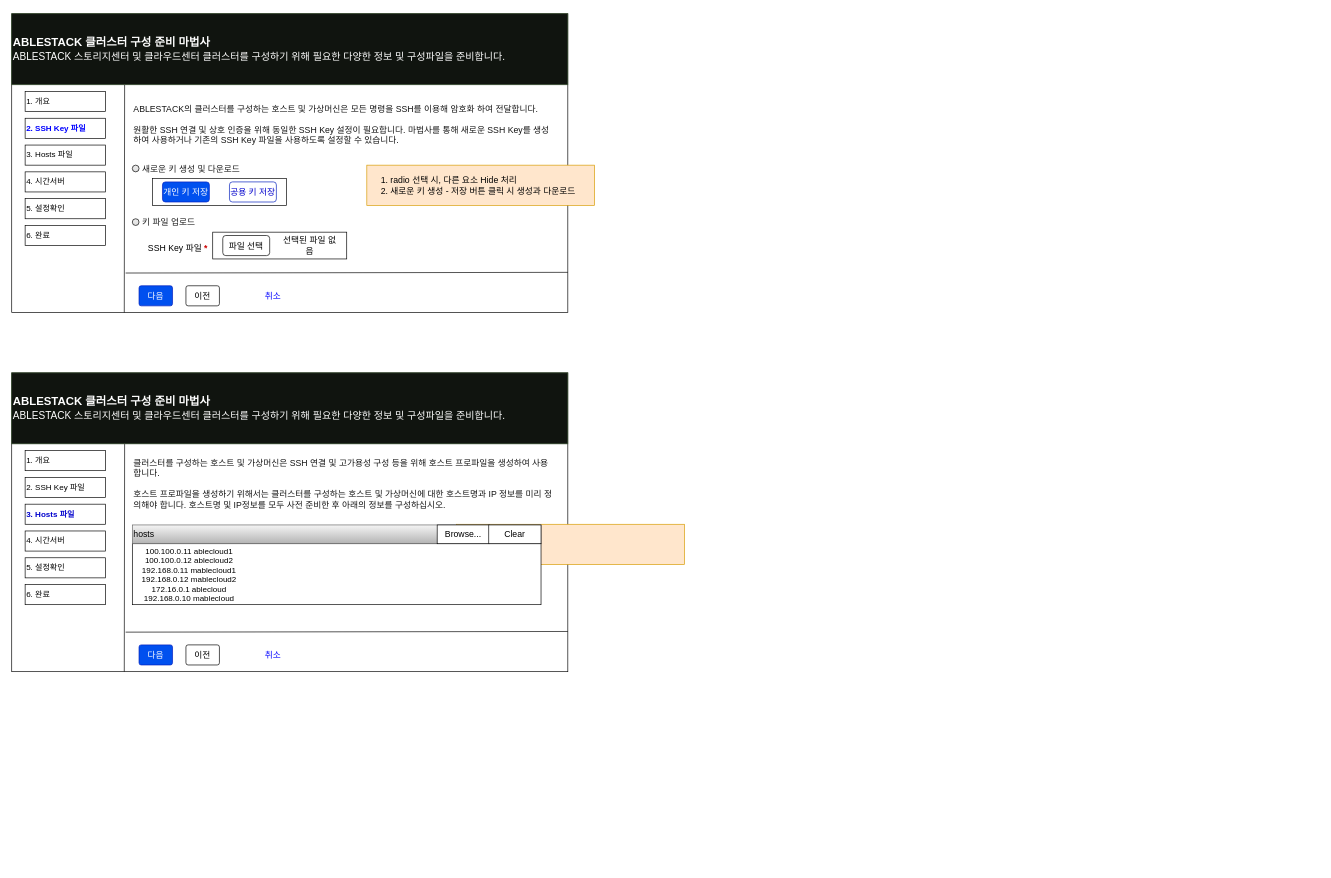
stardom3645/wiki keeps this draw.io diagram as development-cockpit-hw.drawio. Above is the earlier version. Source tidied: cells renumbered, new cells numbered last; positions are measured from the earlier drawing's top-left corner, leaving out a move shared by most shapes. Both pictures are drawn from the tidied source at 67%, with x=0, y=0 at pixel (11, 13).
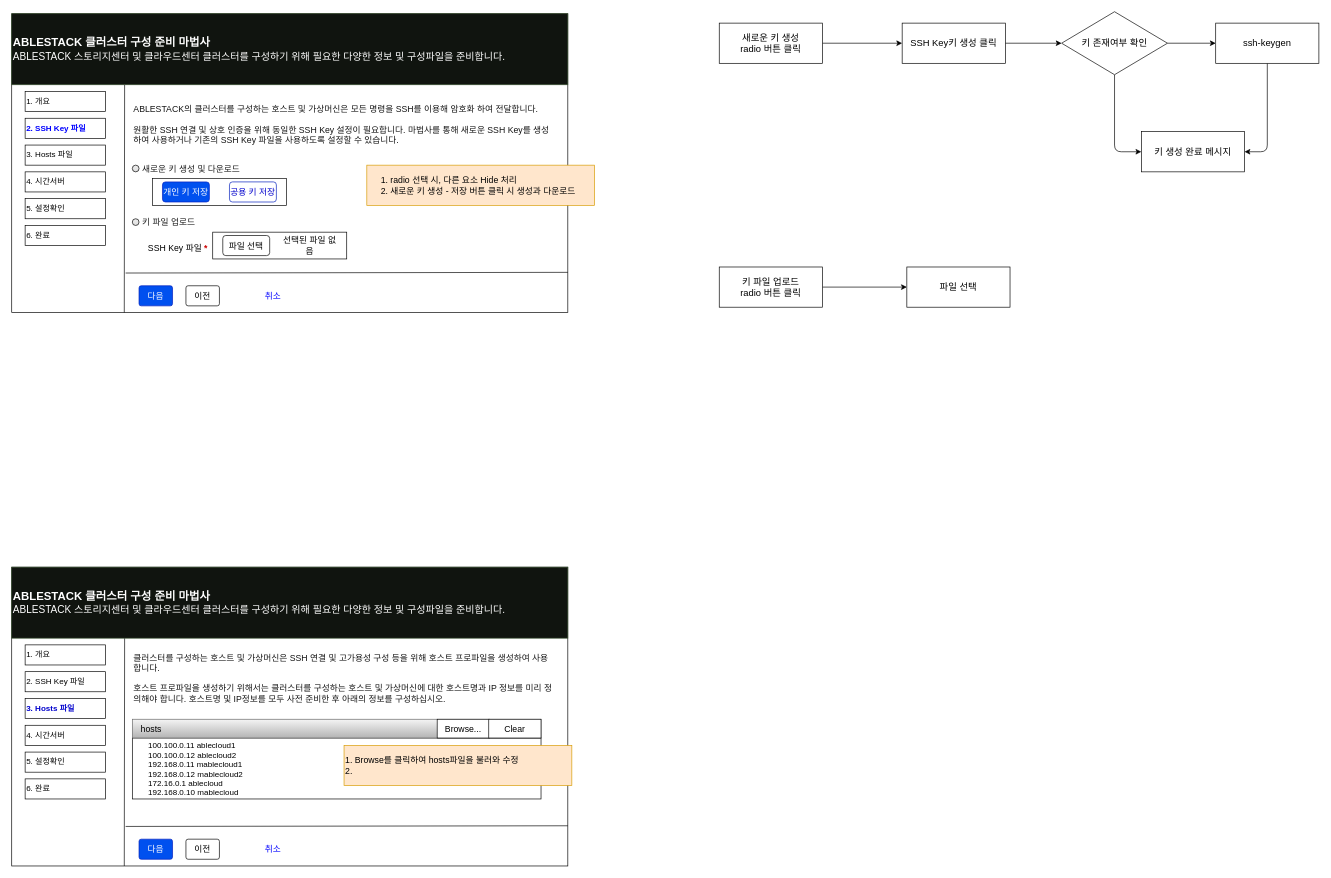
After the change.

The edit, as a diff of the source:
```diff
@@
     <mxCell id="26" style="rounded=0;whiteSpace=wrap;html=1;" parent="1" vertex="1">
-      <mxGeometry y="536" width="830" height="446" as="geometry" />
+      <mxGeometry y="826" width="830" height="446" as="geometry" />
     </mxCell>
     <mxCell id="27" value="&lt;div style=&quot;&quot;&gt;&lt;font style=&quot;font-size: 17px&quot;&gt;&lt;b&gt;ABLESTACK 클러스터 구성 준비 마법사&lt;/b&gt;&lt;/font&gt;&lt;/div&gt;&lt;div style=&quot;font-size: 15px;&quot;&gt;&lt;font style=&quot;font-size: 15px&quot;&gt;ABLESTACK 스토리지센터 및 클라우드센터 클러스터를 구성하기 위해 필요한 다양한 정보 및 구성파일을 준비합니다.&lt;/font&gt;&lt;/div&gt;" style="text;html=1;strokeColor=#3A5431;align=left;verticalAlign=middle;whiteSpace=wrap;rounded=0;labelBackgroundColor=none;fontColor=#ffffff;fillColor=#10140F;" parent="1" vertex="1">
-      <mxGeometry y="536" width="830" height="106" as="geometry" />
+      <mxGeometry y="826" width="830" height="106" as="geometry" />
     </mxCell>
     <mxCell id="28" value="1. 개요" style="rounded=0;whiteSpace=wrap;html=1;align=left;" parent="1" vertex="1">
-      <mxGeometry x="20" y="652" width="120" height="30" as="geometry" />
+      <mxGeometry x="20" y="942" width="120" height="30" as="geometry" />
     </mxCell>
     <mxCell id="29" value="&lt;span style=&quot;font-weight: normal&quot;&gt;&lt;font color=&quot;#000000&quot;&gt;2. SSH Key 파일&lt;/font&gt;&lt;/span&gt;" style="rounded=0;whiteSpace=wrap;html=1;align=left;fontColor=#0000FF;fontStyle=1;" parent="1" vertex="1">
-      <mxGeometry x="20" y="692" width="120" height="30" as="geometry" />
+      <mxGeometry x="20" y="982" width="120" height="30" as="geometry" />
     </mxCell>
     <mxCell id="30" value="&lt;b&gt;&lt;font color=&quot;#0000cc&quot;&gt;3. Hosts 파일&lt;/font&gt;&lt;/b&gt;" style="rounded=0;whiteSpace=wrap;html=1;align=left;" parent="1" vertex="1">
-      <mxGeometry x="20" y="732" width="120" height="30" as="geometry" />
+      <mxGeometry x="20" y="1022" width="120" height="30" as="geometry" />
     </mxCell>
     <mxCell id="31" value="5. 설정확인" style="rounded=0;whiteSpace=wrap;html=1;align=left;" parent="1" vertex="1">
-      <mxGeometry x="20" y="812" width="120" height="30" as="geometry" />
+      <mxGeometry x="20" y="1102" width="120" height="30" as="geometry" />
     </mxCell>
     <mxCell id="32" value="4. 시간서버" style="rounded=0;whiteSpace=wrap;html=1;align=left;" parent="1" vertex="1">
-      <mxGeometry x="20" y="772" width="120" height="30" as="geometry" />
+      <mxGeometry x="20" y="1062" width="120" height="30" as="geometry" />
     </mxCell>
     <mxCell id="33" value="6. 완료" style="rounded=0;whiteSpace=wrap;html=1;align=left;" parent="1" vertex="1">
-      <mxGeometry x="20" y="852" width="120" height="30" as="geometry" />
+      <mxGeometry x="20" y="1142" width="120" height="30" as="geometry" />
     </mxCell>
     <mxCell id="34" style="endArrow=none;html=1;fontColor=#FCFCFC;entryX=0.203;entryY=1.003;entryDx=0;entryDy=0;entryPerimeter=0;" parent="1" edge="1" target="27">
       <mxGeometry relative="1" as="geometry">
-        <mxPoint x="168" y="982" as="sourcePoint" />
+        <mxPoint x="168" y="1272" as="sourcePoint" />
       </mxGeometry>
     </mxCell>
     <mxCell id="35" style="endArrow=none;html=1;fontColor=#FCFCFC;" parent="1" edge="1">
       <mxGeometry relative="1" as="geometry">
-        <mxPoint x="170" y="923" as="sourcePoint" />
-        <mxPoint x="830" y="922" as="targetPoint" />
+        <mxPoint x="170" y="1213" as="sourcePoint" />
+        <mxPoint x="830" y="1212" as="targetPoint" />
       </mxGeometry>
     </mxCell>
     <mxCell id="36" value="&lt;font style=&quot;font-size: 13px&quot;&gt;&lt;span style=&quot;color: rgb(21 , 21 , 21) ; font-family: &amp;#34;redhattext&amp;#34; , &amp;#34;overpass&amp;#34; , &amp;#34;overpass&amp;#34; , &amp;#34;helvetica&amp;#34; , &amp;#34;arial&amp;#34; , sans-serif ; background-color: rgb(255 , 255 , 255)&quot;&gt;클러스터를 구성하는 호스트 및 가상머신은 SSH 연결 및 고가용성 구성 등을 위해 호스트 프로파일을 생성하여 사용합니다.&lt;/span&gt;&lt;br style=&quot;box-sizing: border-box ; color: rgb(21 , 21 , 21) ; font-family: &amp;#34;redhattext&amp;#34; , &amp;#34;overpass&amp;#34; , &amp;#34;overpass&amp;#34; , &amp;#34;helvetica&amp;#34; , &amp;#34;arial&amp;#34; , sans-serif ; background-color: rgb(255 , 255 , 255)&quot;&gt;&lt;br style=&quot;box-sizing: border-box ; color: rgb(21 , 21 , 21) ; font-family: &amp;#34;redhattext&amp;#34; , &amp;#34;overpass&amp;#34; , &amp;#34;overpass&amp;#34; , &amp;#34;helvetica&amp;#34; , &amp;#34;arial&amp;#34; , sans-serif ; background-color: rgb(255 , 255 , 255)&quot;&gt;&lt;span style=&quot;color: rgb(21 , 21 , 21) ; font-family: &amp;#34;redhattext&amp;#34; , &amp;#34;overpass&amp;#34; , &amp;#34;overpass&amp;#34; , &amp;#34;helvetica&amp;#34; , &amp;#34;arial&amp;#34; , sans-serif ; background-color: rgb(255 , 255 , 255)&quot;&gt;호스트 프로파일을 생성하기 위해서는 클러스터를 구성하는 호스트 및 가상머신에 대한 호스트명과 IP 정보를 미리 정의해야 합니다. 호스트명 및 IP정보를 모두 사전 준비한 후 아래의 정보를 구성하십시오.&lt;/span&gt;&lt;/font&gt;" style="text;html=1;strokeColor=none;fillColor=none;align=left;verticalAlign=middle;whiteSpace=wrap;rounded=0;labelBackgroundColor=none;fontColor=#1C1C1C;fontSize=13;" parent="1" vertex="1">
-      <mxGeometry x="180" y="652" width="630" height="100" as="geometry" />
+      <mxGeometry x="180" y="942" width="630" height="100" as="geometry" />
     </mxCell>
     <mxCell id="37" value="다음" style="rounded=1;whiteSpace=wrap;html=1;labelBackgroundColor=none;strokeColor=#001DBC;fillColor=#0050ef;fontSize=13;fontColor=#ffffff;align=center;arcSize=11;" parent="1" vertex="1">
-      <mxGeometry x="190" y="942" width="50" height="30" as="geometry" />
+      <mxGeometry x="190" y="1232" width="50" height="30" as="geometry" />
     </mxCell>
     <mxCell id="38" value="이전" style="rounded=1;whiteSpace=wrap;html=1;labelBackgroundColor=none;strokeColor=#000000;fillColor=#ffffff;fontSize=13;fontColor=#000000;align=center;arcSize=11;" parent="1" vertex="1">
-      <mxGeometry x="260" y="942" width="50" height="30" as="geometry" />
+      <mxGeometry x="260" y="1232" width="50" height="30" as="geometry" />
     </mxCell>
     <mxCell id="39" value="취소" style="text;html=1;strokeColor=none;fillColor=none;align=center;verticalAlign=middle;whiteSpace=wrap;rounded=0;labelBackgroundColor=none;fontSize=13;fontColor=#0000FF;" parent="1" vertex="1">
-      <mxGeometry x="370" y="947" width="40" height="20" as="geometry" />
+      <mxGeometry x="370" y="1237" width="40" height="20" as="geometry" />
     </mxCell>
-    <mxCell id="40" value="&lt;div style=&quot;text-align: left&quot;&gt;&lt;br&gt;&lt;/div&gt;" style="rounded=0;whiteSpace=wrap;html=1;labelBackgroundColor=none;strokeColor=#d79b00;fillColor=#ffe6cc;fontSize=13;align=center;" parent="1" vertex="1">
-      <mxGeometry x="664" y="762" width="340" height="60" as="geometry" />
-    </mxCell>
     <mxCell id="41" style="rounded=0;whiteSpace=wrap;html=1;labelBackgroundColor=#080808;strokeColor=#000000;fillColor=#FFFFFF;fontSize=13;fontColor=#0000CC;align=center;" parent="1" vertex="1">
-      <mxGeometry x="180" y="791" width="610" height="91" as="geometry" />
+      <mxGeometry x="180" y="1081" width="610" height="91" as="geometry" />
     </mxCell>
-    <mxCell id="42" value="hosts" style="rounded=0;whiteSpace=wrap;html=1;labelBackgroundColor=none;strokeColor=#666666;fillColor=#f5f5f5;fontSize=13;align=left;gradientColor=#b3b3b3;" parent="1" vertex="1">
-      <mxGeometry x="180" y="763" width="610" height="28" as="geometry" />
+    <mxCell id="42" value="&amp;nbsp; &amp;nbsp;hosts" style="rounded=0;whiteSpace=wrap;html=1;labelBackgroundColor=none;strokeColor=#666666;fillColor=#f5f5f5;fontSize=13;align=left;gradientColor=#b3b3b3;" parent="1" vertex="1">
+      <mxGeometry x="180" y="1053" width="610" height="28" as="geometry" />
     </mxCell>
     <mxCell id="43" value="&lt;font color=&quot;#000000&quot;&gt;Browse...&lt;/font&gt;" style="rounded=0;whiteSpace=wrap;html=1;labelBackgroundColor=none;strokeColor=#000000;fillColor=#FFFFFF;fontSize=13;fontColor=#0000CC;align=center;" parent="1" vertex="1">
-      <mxGeometry x="635" y="763" width="78" height="28" as="geometry" />
+      <mxGeometry x="635" y="1053" width="78" height="28" as="geometry" />
     </mxCell>
     <mxCell id="44" value="&lt;font color=&quot;#000000&quot;&gt;Clear&lt;/font&gt;" style="rounded=0;whiteSpace=wrap;html=1;labelBackgroundColor=none;strokeColor=#000000;fillColor=#FFFFFF;fontSize=13;fontColor=#0000CC;align=center;" parent="1" vertex="1">
-      <mxGeometry x="712" y="763" width="78" height="28" as="geometry" />
+      <mxGeometry x="712" y="1053" width="78" height="28" as="geometry" />
     </mxCell>
-    <mxCell id="45" value="&lt;p class=&quot;p1&quot; style=&quot;margin: 0px ; font-stretch: normal ; font-size: 12px ; line-height: normal ; color: rgb(0 , 0 , 0)&quot;&gt;100.100.0.11 ablecloud1&lt;/p&gt;&lt;p class=&quot;p1&quot; style=&quot;margin: 0px ; font-stretch: normal ; font-size: 12px ; line-height: normal ; color: rgb(0 , 0 , 0)&quot;&gt;100.100.0.12 ablecloud2&lt;/p&gt;&lt;p class=&quot;p1&quot; style=&quot;margin: 0px ; font-stretch: normal ; font-size: 12px ; line-height: normal ; color: rgb(0 , 0 , 0)&quot;&gt;192.168.0.11 mablecloud1&lt;/p&gt;&lt;p class=&quot;p1&quot; style=&quot;margin: 0px ; font-stretch: normal ; font-size: 12px ; line-height: normal ; color: rgb(0 , 0 , 0)&quot;&gt;192.168.0.12 mablecloud2&lt;/p&gt;&lt;p class=&quot;p1&quot; style=&quot;margin: 0px ; font-stretch: normal ; font-size: 12px ; line-height: normal ; color: rgb(0 , 0 , 0)&quot;&gt;172.16.0.1 ablecloud&lt;/p&gt;&lt;p class=&quot;p1&quot; style=&quot;margin: 0px ; font-stretch: normal ; font-size: 12px ; line-height: normal ; color: rgb(0 , 0 , 0)&quot;&gt;192.168.0.10 mablecloud&lt;/p&gt;" style="text;html=1;strokeColor=none;fillColor=none;align=center;verticalAlign=middle;whiteSpace=wrap;rounded=0;labelBackgroundColor=none;fontSize=13;fontColor=#0000CC;" parent="1" vertex="1">
-      <mxGeometry x="188" y="826.5" width="154" height="20" as="geometry" />
+    <mxCell id="45" value="&lt;p class=&quot;p1&quot; style=&quot;margin: 0px ; font-stretch: normal ; font-size: 12px ; line-height: normal ; color: rgb(0 , 0 , 0)&quot;&gt;100.100.0.11 ablecloud1&lt;/p&gt;&lt;p class=&quot;p1&quot; style=&quot;margin: 0px ; font-stretch: normal ; font-size: 12px ; line-height: normal ; color: rgb(0 , 0 , 0)&quot;&gt;100.100.0.12 ablecloud2&lt;/p&gt;&lt;p class=&quot;p1&quot; style=&quot;margin: 0px ; font-stretch: normal ; font-size: 12px ; line-height: normal ; color: rgb(0 , 0 , 0)&quot;&gt;192.168.0.11 mablecloud1&lt;/p&gt;&lt;p class=&quot;p1&quot; style=&quot;margin: 0px ; font-stretch: normal ; font-size: 12px ; line-height: normal ; color: rgb(0 , 0 , 0)&quot;&gt;192.168.0.12 mablecloud2&lt;/p&gt;&lt;p class=&quot;p1&quot; style=&quot;margin: 0px ; font-stretch: normal ; font-size: 12px ; line-height: normal ; color: rgb(0 , 0 , 0)&quot;&gt;172.16.0.1 ablecloud&lt;/p&gt;&lt;p class=&quot;p1&quot; style=&quot;margin: 0px ; font-stretch: normal ; font-size: 12px ; line-height: normal ; color: rgb(0 , 0 , 0)&quot;&gt;192.168.0.10 mablecloud&lt;/p&gt;" style="text;html=1;strokeColor=none;fillColor=none;align=left;verticalAlign=middle;whiteSpace=wrap;rounded=0;labelBackgroundColor=none;fontSize=13;fontColor=#0000CC;" parent="1" vertex="1">
+      <mxGeometry x="202" y="1081" width="189" height="91" as="geometry" />
     </mxCell>
+    <mxCell id="40" value="&lt;div&gt;1. Browse를 클릭하여 hosts파일을 불러와 수정&lt;/div&gt;&lt;div&gt;2.&amp;nbsp;&lt;/div&gt;" style="rounded=0;whiteSpace=wrap;html=1;labelBackgroundColor=none;strokeColor=#d79b00;fillColor=#ffe6cc;fontSize=13;align=left;" parent="1" vertex="1">
+      <mxGeometry x="496" y="1092" width="340" height="60" as="geometry" />
+    </mxCell>
+    <mxCell id="46" style="edgeStyle=orthogonalEdgeStyle;jettySize=auto;html=1;rounded=1;" parent="1" edge="1" source="47" target="49">
+      <mxGeometry relative="1" as="geometry" />
+    </mxCell>
+    <mxCell id="47" value="&lt;font style=&quot;font-size: 14px&quot;&gt;새로운 키 생성&lt;br&gt;radio 버튼 클릭&lt;br&gt;&lt;/font&gt;" style="rounded=0;whiteSpace=wrap;html=1;align=center;" parent="1" vertex="1">
+      <mxGeometry x="1056" y="14" width="154" height="60" as="geometry" />
+    </mxCell>
+    <mxCell id="48" style="edgeStyle=orthogonalEdgeStyle;rounded=1;jettySize=auto;html=1;entryX=0;entryY=0.5;entryDx=0;entryDy=0;" parent="1" edge="1" source="49" target="57">
+      <mxGeometry relative="1" as="geometry" />
+    </mxCell>
+    <mxCell id="49" value="&lt;font style=&quot;font-size: 14px&quot;&gt;SSH Key키 생성 클릭&lt;/font&gt;" style="rounded=0;whiteSpace=wrap;html=1;align=center;" parent="1" vertex="1">
+      <mxGeometry x="1329" y="14" width="154" height="60" as="geometry" />
+    </mxCell>
+    <mxCell id="50" style="edgeStyle=orthogonalEdgeStyle;jettySize=auto;html=1;rounded=1;" parent="1" edge="1" source="51" target="52">
+      <mxGeometry relative="1" as="geometry" />
+    </mxCell>
+    <mxCell id="51" value="&lt;font style=&quot;font-size: 14px&quot;&gt;키 파일 업로드&lt;br&gt;radio 버튼 클릭&lt;br&gt;&lt;/font&gt;" style="rounded=0;whiteSpace=wrap;html=1;align=center;" parent="1" vertex="1">
+      <mxGeometry x="1056" y="378" width="154" height="60" as="geometry" />
+    </mxCell>
+    <mxCell id="52" value="&lt;font style=&quot;font-size: 14px&quot;&gt;파일 선택&lt;/font&gt;" style="rounded=0;whiteSpace=wrap;html=1;align=center;" parent="1" vertex="1">
+      <mxGeometry x="1336" y="378" width="154" height="60" as="geometry" />
+    </mxCell>
+    <mxCell id="53" style="edgeStyle=orthogonalEdgeStyle;rounded=1;jettySize=auto;html=1;exitX=1;exitY=0.5;exitDx=0;exitDy=0;" parent="1" edge="1" source="57" target="55">
+      <mxGeometry relative="1" as="geometry" />
+    </mxCell>
+    <mxCell id="54" style="edgeStyle=orthogonalEdgeStyle;rounded=1;jettySize=auto;html=1;exitX=0.5;exitY=1;exitDx=0;exitDy=0;entryX=1;entryY=0.5;entryDx=0;entryDy=0;" parent="1" edge="1" source="55" target="58">
+      <mxGeometry relative="1" as="geometry" />
+    </mxCell>
+    <mxCell id="55" value="&lt;span style=&quot;font-size: 14px&quot;&gt;ssh-keygen&lt;/span&gt;" style="rounded=0;whiteSpace=wrap;html=1;align=center;" parent="1" vertex="1">
+      <mxGeometry x="1797" y="14" width="154" height="60" as="geometry" />
+    </mxCell>
+    <mxCell id="56" style="edgeStyle=orthogonalEdgeStyle;rounded=1;jettySize=auto;html=1;exitX=0.5;exitY=1;exitDx=0;exitDy=0;entryX=0;entryY=0.5;entryDx=0;entryDy=0;" parent="1" edge="1" source="57" target="58">
+      <mxGeometry relative="1" as="geometry" />
+    </mxCell>
+    <mxCell id="57" value="&lt;span style=&quot;font-size: 14px&quot;&gt;키 존재여부 확인&lt;/span&gt;" style="rhombus;whiteSpace=wrap;html=1;align=center;" parent="1" vertex="1">
+      <mxGeometry x="1567" y="-3" width="158" height="94" as="geometry" />
+    </mxCell>
+    <mxCell id="58" value="&lt;span style=&quot;font-size: 14px&quot;&gt;키 생성 완료 메시지&lt;/span&gt;" style="rounded=0;whiteSpace=wrap;html=1;align=center;" parent="1" vertex="1">
+      <mxGeometry x="1686" y="176" width="154" height="60" as="geometry" />
+    </mxCell>
```
